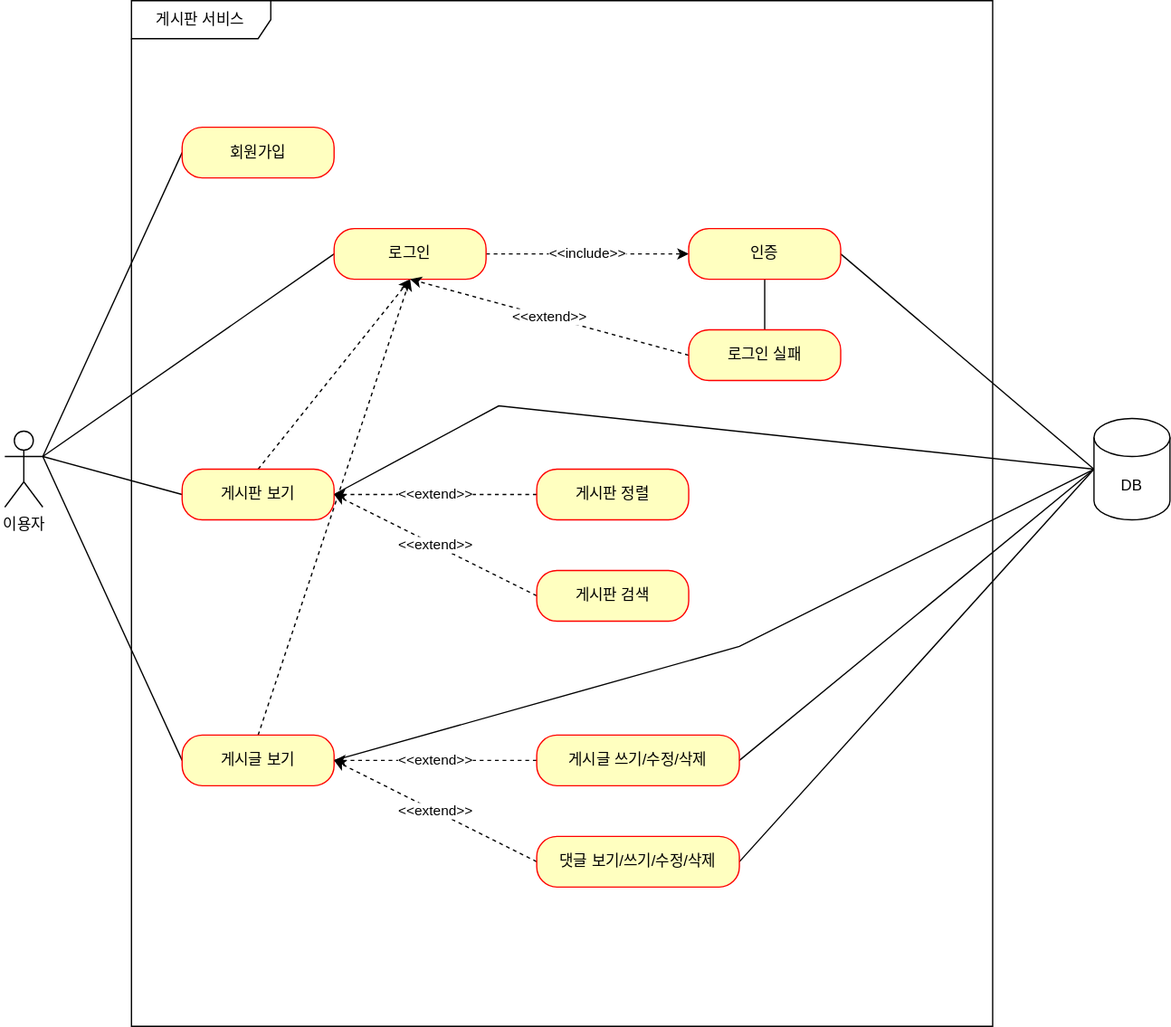
Above: document/usecase.svg in bluesky3268/fastcamp_board (draw.io), before the change. Source tidied: cells renumbered, new cells last; positions are measured from the earlier drawing's top-left corner, leaving out a move shared by most shapes.
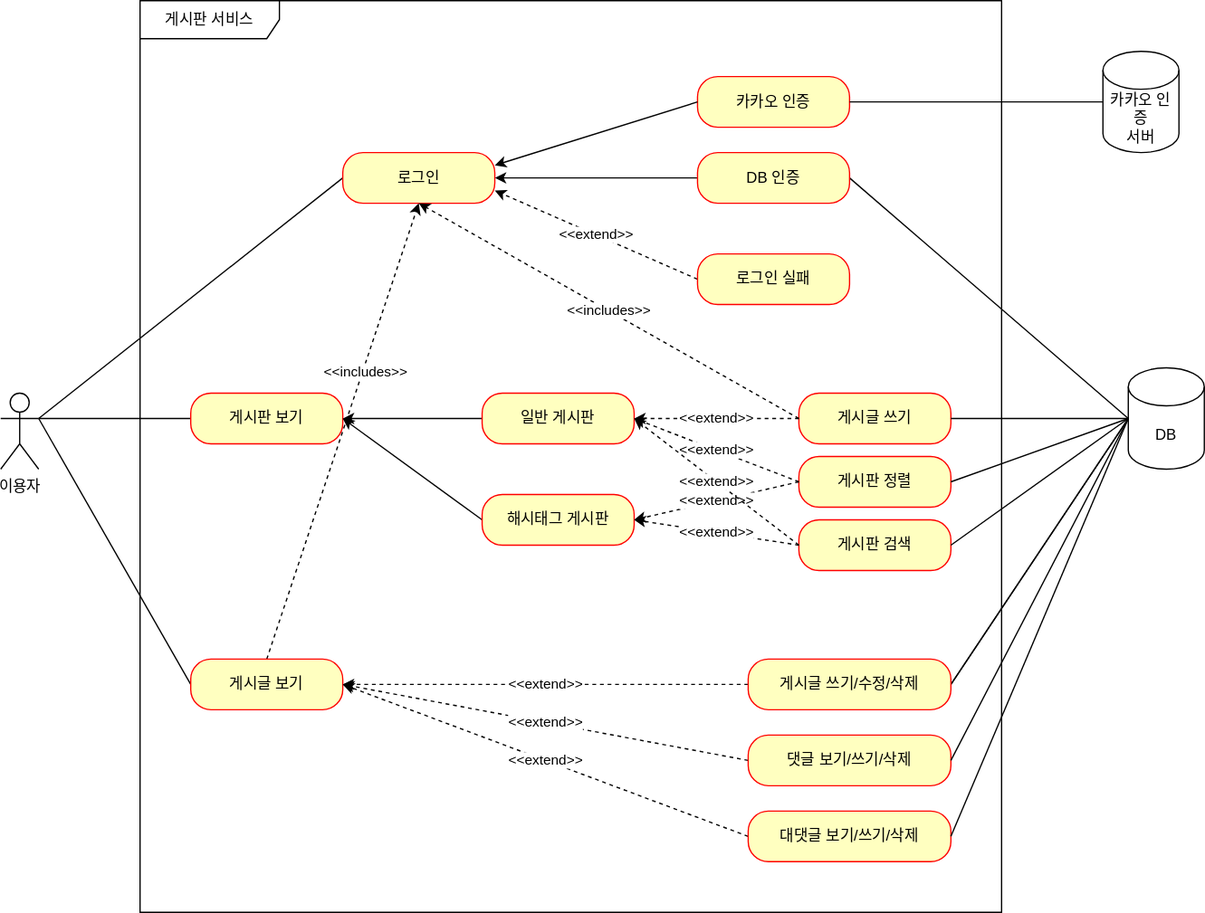
Later version of the same file.

Commit message:
#58 - usecase.svg : usecase 업데이트

The edit, as a diff of the source:
```diff
@@ -3,30 +3,14 @@
     <mxCell id="0" />
     <mxCell id="1" parent="0" />
     <mxCell id="2" value="이용자" style="shape=umlActor;verticalLabelPosition=bottom;verticalAlign=top;html=1;" parent="1" vertex="1">
-      <mxGeometry y="340" width="30" height="60" as="geometry" />
+      <mxGeometry x="-10" y="370" width="30" height="60" as="geometry" />
     </mxCell>
     <mxCell id="3" value="게시판 서비스" style="shape=umlFrame;whiteSpace=wrap;html=1;width=110;height=30;" parent="1" vertex="1">
-      <mxGeometry x="100" width="680" height="810" as="geometry" />
+      <mxGeometry x="100" y="60" width="680" height="720" as="geometry" />
     </mxCell>
-    <mxCell id="4" style="jettySize=auto;html=1;entryX=1;entryY=0.3333333333333333;entryDx=0;entryDy=0;entryPerimeter=0;endArrow=none;endFill=0;rounded=0;exitX=0;exitY=0.5;exitDx=0;exitDy=0;" parent="1" edge="1" source="5" target="2">
-      <mxGeometry relative="1" as="geometry" />
-    </mxCell>
-    <mxCell id="5" value="회원가입" style="rounded=1;whiteSpace=wrap;html=1;arcSize=40;fontColor=#000000;fillColor=#ffffc0;strokeColor=#ff0000;" parent="1" vertex="1">
-      <mxGeometry x="140" y="100" width="120" height="40" as="geometry" />
-    </mxCell>
     <mxCell id="6" style="edgeStyle=none;rounded=0;jettySize=auto;html=1;endArrow=none;endFill=0;exitX=0;exitY=0.5;exitDx=0;exitDy=0;entryX=1;entryY=0.3333333333333333;entryDx=0;entryDy=0;entryPerimeter=0;" parent="1" edge="1" source="9" target="2">
       <mxGeometry relative="1" as="geometry" />
     </mxCell>
-    <mxCell id="7" style="edgeStyle=none;rounded=0;jettySize=auto;html=1;exitX=0.5;exitY=0;exitDx=0;exitDy=0;entryX=0.5;entryY=1;entryDx=0;entryDy=0;dashed=1;endArrow=classic;endFill=1;" parent="1" edge="1" source="9" target="16">
-      <mxGeometry relative="1" as="geometry" />
-    </mxCell>
-    <mxCell id="8" style="edgeStyle=none;rounded=0;jettySize=auto;html=1;exitX=1;exitY=0.5;exitDx=0;exitDy=0;entryX=0;entryY=0.5;entryDx=0;entryDy=0;endArrow=none;endFill=0;entryPerimeter=0;" parent="1" edge="1" source="9" target="32">
-      <mxGeometry relative="1" as="geometry">
-        <Array as="points">
-          <mxPoint x="390" y="320" />
-        </Array>
-      </mxGeometry>
-    </mxCell>
     <mxCell id="9" value="게시판 보기" style="rounded=1;whiteSpace=wrap;html=1;arcSize=40;fontColor=#000000;fillColor=#ffffc0;strokeColor=#ff0000;" parent="1" vertex="1">
       <mxGeometry x="140" y="370" width="120" height="40" as="geometry" />
     </mxCell>
@@ -36,51 +20,44 @@
     <mxCell id="11" style="edgeStyle=none;rounded=0;jettySize=auto;html=1;exitX=0.5;exitY=0;exitDx=0;exitDy=0;entryX=0.5;entryY=1;entryDx=0;entryDy=0;dashed=1;endArrow=classic;endFill=1;" parent="1" edge="1" source="13" target="16">
       <mxGeometry relative="1" as="geometry" />
     </mxCell>
-    <mxCell id="12" style="edgeStyle=none;rounded=0;jettySize=auto;html=1;exitX=1;exitY=0.5;exitDx=0;exitDy=0;entryX=0;entryY=0.5;entryDx=0;entryDy=0;endArrow=none;endFill=0;entryPerimeter=0;" parent="1" edge="1" source="13" target="32">
-      <mxGeometry relative="1" as="geometry">
-        <Array as="points">
-          <mxPoint x="580" y="510" />
-        </Array>
-      </mxGeometry>
-    </mxCell>
+    <mxCell id="33" value="&amp;lt;&amp;lt;includes&amp;gt;&amp;gt;" style="edgeLabel;html=1;align=center;verticalAlign=middle;" parent="11" vertex="1">
+      <mxGeometry x="0.27" y="-2" relative="1" as="geometry" />
+    </mxCell>
     <mxCell id="13" value="게시글 보기" style="rounded=1;whiteSpace=wrap;html=1;arcSize=40;fontColor=#000000;fillColor=#ffffc0;strokeColor=#ff0000;" parent="1" vertex="1">
       <mxGeometry x="140" y="580" width="120" height="40" as="geometry" />
     </mxCell>
     <mxCell id="14" style="edgeStyle=none;rounded=0;jettySize=auto;html=1;endArrow=none;endFill=0;exitX=0;exitY=0.5;exitDx=0;exitDy=0;entryX=1;entryY=0.3333333333333333;entryDx=0;entryDy=0;entryPerimeter=0;" parent="1" edge="1" source="16" target="2">
       <mxGeometry relative="1" as="geometry" />
     </mxCell>
-    <mxCell id="15" value="&amp;lt;&amp;lt;include&amp;gt;&amp;gt;" style="edgeStyle=none;rounded=0;jettySize=auto;html=1;endArrow=classic;endFill=1;dashed=1;" parent="1" edge="1" source="16" target="19">
+    <mxCell id="15" style="edgeStyle=none;rounded=0;jettySize=auto;html=1;endArrow=none;endFill=0;startArrow=classic;startFill=1;" parent="1" edge="1" source="16" target="19">
       <mxGeometry relative="1" as="geometry" />
     </mxCell>
     <mxCell id="16" value="로그인" style="rounded=1;whiteSpace=wrap;html=1;arcSize=40;fontColor=#000000;fillColor=#ffffc0;strokeColor=#ff0000;" parent="1" vertex="1">
       <mxGeometry x="260" y="180" width="120" height="40" as="geometry" />
     </mxCell>
-    <mxCell id="17" style="edgeStyle=none;rounded=0;jettySize=auto;html=1;endArrow=none;endFill=0;entryX=0.5;entryY=0;entryDx=0;entryDy=0;" parent="1" edge="1" source="19" target="21">
-      <mxGeometry relative="1" as="geometry" />
-    </mxCell>
     <mxCell id="18" style="edgeStyle=none;rounded=0;jettySize=auto;html=1;exitX=1;exitY=0.5;exitDx=0;exitDy=0;entryX=0;entryY=0.5;entryDx=0;entryDy=0;endArrow=none;endFill=0;entryPerimeter=0;" parent="1" edge="1" source="19" target="32">
       <mxGeometry relative="1" as="geometry" />
     </mxCell>
-    <mxCell id="19" value="인증" style="rounded=1;whiteSpace=wrap;html=1;arcSize=40;fontColor=#000000;fillColor=#ffffc0;strokeColor=#ff0000;" parent="1" vertex="1">
+    <mxCell id="19" value="DB 인증" style="rounded=1;whiteSpace=wrap;html=1;arcSize=40;fontColor=#000000;fillColor=#ffffc0;strokeColor=#ff0000;" parent="1" vertex="1">
       <mxGeometry x="540" y="180" width="120" height="40" as="geometry" />
     </mxCell>
-    <mxCell id="20" value="&amp;lt;&amp;lt;extend&amp;gt;&amp;gt;" style="edgeStyle=none;rounded=0;jettySize=auto;html=1;exitX=0;exitY=0.5;exitDx=0;exitDy=0;entryX=0.5;entryY=1;entryDx=0;entryDy=0;endArrow=classic;endFill=1;dashed=1;" parent="1" edge="1" source="21" target="16">
+    <mxCell id="20" value="&amp;lt;&amp;lt;extend&amp;gt;&amp;gt;" style="edgeStyle=none;rounded=0;jettySize=auto;html=1;exitX=0;exitY=0.5;exitDx=0;exitDy=0;entryX=1;entryY=0.75;entryDx=0;entryDy=0;endArrow=classic;endFill=1;dashed=1;" parent="1" edge="1" source="21" target="16">
       <mxGeometry relative="1" as="geometry" />
     </mxCell>
     <mxCell id="21" value="로그인 실패" style="rounded=1;whiteSpace=wrap;html=1;arcSize=40;fontColor=#000000;fillColor=#ffffc0;strokeColor=#ff0000;" parent="1" vertex="1">
       <mxGeometry x="540" y="260" width="120" height="40" as="geometry" />
     </mxCell>
-    <mxCell id="22" value="&amp;lt;&amp;lt;extend&amp;gt;&amp;gt;" style="edgeStyle=none;rounded=0;jettySize=auto;html=1;exitX=0;exitY=0.5;exitDx=0;exitDy=0;entryX=1;entryY=0.5;entryDx=0;entryDy=0;dashed=1;endArrow=classic;endFill=1;" parent="1" edge="1" source="23" target="9">
+    <mxCell id="22" style="edgeStyle=none;rounded=0;jettySize=auto;html=1;exitX=0;exitY=0.5;exitDx=0;exitDy=0;entryX=1;entryY=0.5;entryDx=0;entryDy=0;endArrow=classic;endFill=1;" parent="1" edge="1" source="23" target="9">
       <mxGeometry relative="1" as="geometry" />
     </mxCell>
-    <mxCell id="23" value="게시판 정렬" style="rounded=1;whiteSpace=wrap;html=1;arcSize=40;fontColor=#000000;fillColor=#ffffc0;strokeColor=#ff0000;" parent="1" vertex="1">
-      <mxGeometry x="420" y="370" width="120" height="40" as="geometry" />
+    <mxCell id="23" value="일반 게시판" style="rounded=1;whiteSpace=wrap;html=1;arcSize=40;fontColor=#000000;fillColor=#ffffc0;strokeColor=#ff0000;" parent="1" vertex="1">
+      <mxGeometry x="370" y="370" width="120" height="40" as="geometry" />
     </mxCell>
-    <mxCell id="24" value="&amp;lt;&amp;lt;extend&amp;gt;&amp;gt;" style="edgeStyle=none;rounded=0;jettySize=auto;html=1;exitX=0;exitY=0.5;exitDx=0;exitDy=0;entryX=1;entryY=0.5;entryDx=0;entryDy=0;dashed=1;endArrow=classic;endFill=1;" parent="1" edge="1" source="25" target="9">
+    <mxCell id="24" style="edgeStyle=none;rounded=0;jettySize=auto;html=1;exitX=0;exitY=0.5;exitDx=0;exitDy=0;entryX=1;entryY=0.5;entryDx=0;entryDy=0;endArrow=classic;endFill=1;" parent="1" edge="1" source="25" target="9">
       <mxGeometry relative="1" as="geometry" />
     </mxCell>
-    <mxCell id="25" value="게시판 검색" style="rounded=1;whiteSpace=wrap;html=1;arcSize=40;fontColor=#000000;fillColor=#ffffc0;strokeColor=#ff0000;" parent="1" vertex="1">
-      <mxGeometry x="420" y="450" width="120" height="40" as="geometry" />
+    <mxCell id="25" value="해시태그 게시판" style="rounded=1;whiteSpace=wrap;html=1;arcSize=40;fontColor=#000000;fillColor=#ffffc0;strokeColor=#ff0000;" parent="1" vertex="1">
+      <mxGeometry x="370" y="450" width="120" height="40" as="geometry" />
     </mxCell>
     <mxCell id="26" value="&amp;lt;&amp;lt;extend&amp;gt;&amp;gt;" style="edgeStyle=none;rounded=0;jettySize=auto;html=1;exitX=0;exitY=0.5;exitDx=0;exitDy=0;entryX=1;entryY=0.5;entryDx=0;entryDy=0;dashed=1;endArrow=classic;endFill=1;" parent="1" edge="1" source="28" target="13">
       <mxGeometry relative="1" as="geometry" />
@@ -88,20 +65,80 @@
     <mxCell id="27" style="edgeStyle=none;rounded=0;jettySize=auto;html=1;exitX=1;exitY=0.5;exitDx=0;exitDy=0;entryX=0;entryY=0.5;entryDx=0;entryDy=0;endArrow=none;endFill=0;entryPerimeter=0;" parent="1" edge="1" source="28" target="32">
       <mxGeometry relative="1" as="geometry" />
     </mxCell>
-    <mxCell id="28" value="게시글 쓰기/수정/삭제" style="rounded=1;whiteSpace=wrap;html=1;arcSize=40;fontColor=#000000;fillColor=#ffffc0;strokeColor=#ff0000;" parent="1" vertex="1">
-      <mxGeometry x="420" y="580" width="160" height="40" as="geometry" />
-    </mxCell>
     <mxCell id="29" value="&amp;lt;&amp;lt;extend&amp;gt;&amp;gt;" style="edgeStyle=none;rounded=0;jettySize=auto;html=1;exitX=0;exitY=0.5;exitDx=0;exitDy=0;entryX=1;entryY=0.5;entryDx=0;entryDy=0;dashed=1;endArrow=classic;endFill=1;" parent="1" edge="1" source="31" target="13">
       <mxGeometry relative="1" as="geometry" />
     </mxCell>
-    <mxCell id="30" style="edgeStyle=none;rounded=0;jettySize=auto;html=1;exitX=1;exitY=0.5;exitDx=0;exitDy=0;entryX=0;entryY=0.5;entryDx=0;entryDy=0;endArrow=none;endFill=0;entryPerimeter=0;" parent="1" edge="1" source="31" target="32">
+    <mxCell id="30" style="edgeStyle=none;rounded=0;jettySize=auto;html=1;exitX=1;exitY=0.5;exitDx=0;exitDy=0;entryX=0;entryY=0.5;entryDx=0;entryDy=0;endArrow=none;endFill=0;entryPerimeter=0;" parent="1" edge="1" source="28" target="32">
       <mxGeometry relative="1" as="geometry" />
     </mxCell>
-    <mxCell id="31" value="댓글 보기/쓰기/수정/삭제" style="rounded=1;whiteSpace=wrap;html=1;arcSize=40;fontColor=#000000;fillColor=#ffffc0;strokeColor=#ff0000;" parent="1" vertex="1">
-      <mxGeometry x="420" y="660" width="160" height="40" as="geometry" />
+    <mxCell id="31" value="댓글 보기/쓰기/삭제" style="rounded=1;whiteSpace=wrap;html=1;arcSize=40;fontColor=#000000;fillColor=#ffffc0;strokeColor=#ff0000;" parent="1" vertex="1">
+      <mxGeometry x="580" y="640" width="160" height="40" as="geometry" />
     </mxCell>
     <mxCell id="32" value="DB" style="shape=cylinder3;whiteSpace=wrap;html=1;boundedLbl=1;backgroundOutline=1;size=15;" parent="1" vertex="1">
-      <mxGeometry x="860" y="330" width="60" height="80" as="geometry" />
+      <mxGeometry x="880" y="350" width="60" height="80" as="geometry" />
     </mxCell>
+    <mxCell id="34" value="게시글 쓰기" style="rounded=1;whiteSpace=wrap;html=1;arcSize=40;fontColor=#000000;fillColor=#ffffc0;strokeColor=#ff0000;" parent="1" vertex="1">
+      <mxGeometry x="620" y="370" width="120" height="40" as="geometry" />
+    </mxCell>
+    <mxCell id="35" value="게시판 검색" style="rounded=1;whiteSpace=wrap;html=1;arcSize=40;fontColor=#000000;fillColor=#ffffc0;strokeColor=#ff0000;" parent="1" vertex="1">
+      <mxGeometry x="620" y="470" width="120" height="40" as="geometry" />
+    </mxCell>
+    <mxCell id="36" value="게시판 정렬" style="rounded=1;whiteSpace=wrap;html=1;arcSize=40;fontColor=#000000;fillColor=#ffffc0;strokeColor=#ff0000;" parent="1" vertex="1">
+      <mxGeometry x="620" y="420" width="120" height="40" as="geometry" />
+    </mxCell>
+    <mxCell id="28" value="게시글 쓰기/수정/삭제" style="rounded=1;whiteSpace=wrap;html=1;arcSize=40;fontColor=#000000;fillColor=#ffffc0;strokeColor=#ff0000;" parent="1" vertex="1">
+      <mxGeometry x="580" y="580" width="160" height="40" as="geometry" />
+    </mxCell>
+    <mxCell id="37" value="&amp;lt;&amp;lt;extend&amp;gt;&amp;gt;" style="edgeStyle=none;rounded=0;jettySize=auto;html=1;exitX=0;exitY=0.5;exitDx=0;exitDy=0;entryX=1;entryY=0.5;entryDx=0;entryDy=0;dashed=1;endArrow=classic;endFill=1;" parent="1" edge="1" source="38" target="13">
+      <mxGeometry relative="1" as="geometry" />
+    </mxCell>
+    <mxCell id="38" value="대댓글 보기/쓰기/삭제" style="rounded=1;whiteSpace=wrap;html=1;arcSize=40;fontColor=#000000;fillColor=#ffffc0;strokeColor=#ff0000;" parent="1" vertex="1">
+      <mxGeometry x="580" y="700" width="160" height="40" as="geometry" />
+    </mxCell>
+    <mxCell id="39" value="&amp;lt;&amp;lt;extend&amp;gt;&amp;gt;" style="edgeStyle=none;rounded=0;jettySize=auto;html=1;entryX=1;entryY=0.5;entryDx=0;entryDy=0;dashed=1;endArrow=classic;endFill=1;exitX=0;exitY=0.5;exitDx=0;exitDy=0;" parent="1" edge="1" source="34" target="23">
+      <mxGeometry relative="1" as="geometry" />
+    </mxCell>
+    <mxCell id="40" value="&amp;lt;&amp;lt;extend&amp;gt;&amp;gt;" style="edgeStyle=none;rounded=0;jettySize=auto;html=1;entryX=1;entryY=0.5;entryDx=0;entryDy=0;dashed=1;endArrow=classic;endFill=1;exitX=0;exitY=0.5;exitDx=0;exitDy=0;" parent="1" edge="1" source="36" target="23">
+      <mxGeometry relative="1" as="geometry" />
+    </mxCell>
+    <mxCell id="41" value="&amp;lt;&amp;lt;extend&amp;gt;&amp;gt;" style="edgeStyle=none;rounded=0;jettySize=auto;html=1;entryX=1;entryY=0.5;entryDx=0;entryDy=0;dashed=1;endArrow=classic;endFill=1;exitX=0;exitY=0.5;exitDx=0;exitDy=0;" parent="1" edge="1" source="36" target="25">
+      <mxGeometry relative="1" as="geometry" />
+    </mxCell>
+    <mxCell id="42" value="&amp;lt;&amp;lt;extend&amp;gt;&amp;gt;" style="edgeStyle=none;rounded=0;jettySize=auto;html=1;entryX=1;entryY=0.5;entryDx=0;entryDy=0;dashed=1;endArrow=classic;endFill=1;exitX=0;exitY=0.5;exitDx=0;exitDy=0;" parent="1" edge="1" source="35" target="23">
+      <mxGeometry relative="1" as="geometry" />
+    </mxCell>
+    <mxCell id="43" value="&amp;lt;&amp;lt;extend&amp;gt;&amp;gt;" style="edgeStyle=none;rounded=0;jettySize=auto;html=1;entryX=1;entryY=0.5;entryDx=0;entryDy=0;dashed=1;endArrow=classic;endFill=1;exitX=0;exitY=0.5;exitDx=0;exitDy=0;" parent="1" edge="1" source="35" target="25">
+      <mxGeometry relative="1" as="geometry" />
+    </mxCell>
+    <mxCell id="44" value="&amp;lt;&amp;lt;includes&amp;gt;&amp;gt;" style="edgeStyle=none;rounded=0;jettySize=auto;html=1;entryX=0.5;entryY=1;entryDx=0;entryDy=0;dashed=1;endArrow=classic;endFill=1;exitX=0;exitY=0.5;exitDx=0;exitDy=0;" parent="1" edge="1" source="34" target="16">
+      <mxGeometry relative="1" as="geometry" />
+    </mxCell>
+    <mxCell id="45" style="edgeStyle=none;rounded=0;jettySize=auto;html=1;exitX=1;exitY=0.5;exitDx=0;exitDy=0;entryX=0;entryY=0.5;entryDx=0;entryDy=0;endArrow=none;endFill=0;entryPerimeter=0;" parent="1" edge="1" source="31" target="32">
+      <mxGeometry relative="1" as="geometry" />
+    </mxCell>
+    <mxCell id="46" style="edgeStyle=none;rounded=0;jettySize=auto;html=1;exitX=1;exitY=0.5;exitDx=0;exitDy=0;entryX=0;entryY=0.5;entryDx=0;entryDy=0;endArrow=none;endFill=0;entryPerimeter=0;" parent="1" edge="1" source="38" target="32">
+      <mxGeometry relative="1" as="geometry" />
+    </mxCell>
+    <mxCell id="47" style="edgeStyle=none;rounded=0;jettySize=auto;html=1;exitX=1;exitY=0.5;exitDx=0;exitDy=0;entryX=0;entryY=0.5;entryDx=0;entryDy=0;endArrow=none;endFill=0;entryPerimeter=0;" parent="1" edge="1" source="35" target="32">
+      <mxGeometry relative="1" as="geometry" />
+    </mxCell>
+    <mxCell id="48" style="edgeStyle=none;rounded=0;jettySize=auto;html=1;exitX=1;exitY=0.5;exitDx=0;exitDy=0;entryX=0;entryY=0.5;entryDx=0;entryDy=0;endArrow=none;endFill=0;entryPerimeter=0;" parent="1" edge="1" source="36" target="32">
+      <mxGeometry relative="1" as="geometry" />
+    </mxCell>
+    <mxCell id="49" style="edgeStyle=none;rounded=0;jettySize=auto;html=1;exitX=1;exitY=0.5;exitDx=0;exitDy=0;entryX=0;entryY=0.5;entryDx=0;entryDy=0;endArrow=none;endFill=0;entryPerimeter=0;" parent="1" edge="1" source="34" target="32">
+      <mxGeometry relative="1" as="geometry" />
+    </mxCell>
+    <mxCell id="50" value="카카오 인증" style="rounded=1;whiteSpace=wrap;html=1;arcSize=40;fontColor=#000000;fillColor=#ffffc0;strokeColor=#ff0000;" parent="1" vertex="1">
+      <mxGeometry x="540" y="120" width="120" height="40" as="geometry" />
+    </mxCell>
+    <mxCell id="51" value="카카오 인증&lt;br&gt;서버" style="shape=cylinder3;whiteSpace=wrap;html=1;boundedLbl=1;backgroundOutline=1;size=15;" parent="1" vertex="1">
+      <mxGeometry x="860" y="100" width="60" height="80" as="geometry" />
+    </mxCell>
+    <mxCell id="52" style="edgeStyle=none;rounded=0;jettySize=auto;html=1;exitX=0;exitY=0.5;exitDx=0;exitDy=0;entryX=1;entryY=0.5;entryDx=0;entryDy=0;endArrow=none;endFill=0;exitPerimeter=0;" parent="1" edge="1" source="51" target="50">
+      <mxGeometry relative="1" as="geometry" />
+    </mxCell>
+    <mxCell id="53" style="endArrow=none;html=1;rounded=0;entryX=0;entryY=0.5;entryDx=0;entryDy=0;exitX=1;exitY=0.25;exitDx=0;exitDy=0;endFill=0;startArrow=classic;startFill=1;" parent="1" edge="1" source="16" target="50">
+      <mxGeometry relative="1" as="geometry" />
+    </mxCell>
   </root>
 </mxGraphModel>
```
